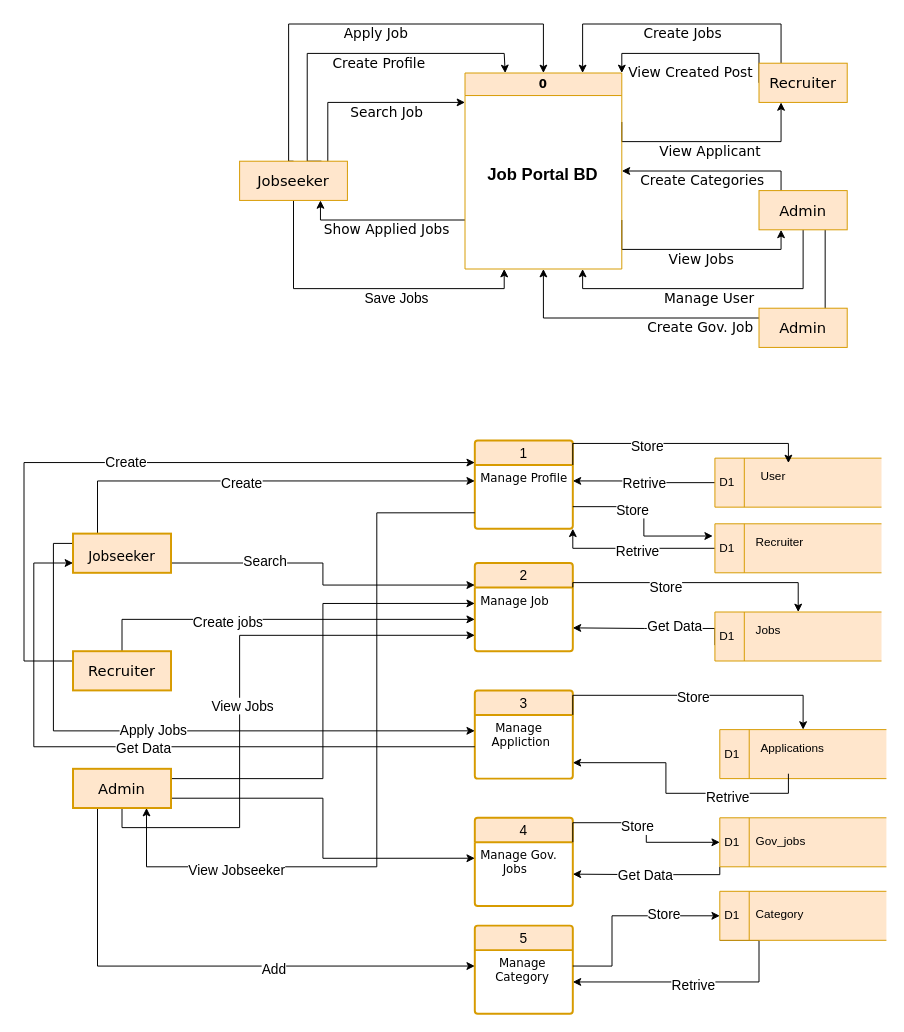
Before: page "Page-1" (1 of 10) of public/uploads/Untitled Diagram.drawio in musaddak7/jobportalbd, a draw.io diagram. Source tidied: cells renumbered, new cells numbered last; positions are measured from the earlier drawing's top-left corner, leaving out a move shared by most shapes. Both pictures are drawn from the tidied source at 98%, with x=0, y=0 at pixel (24, 24).
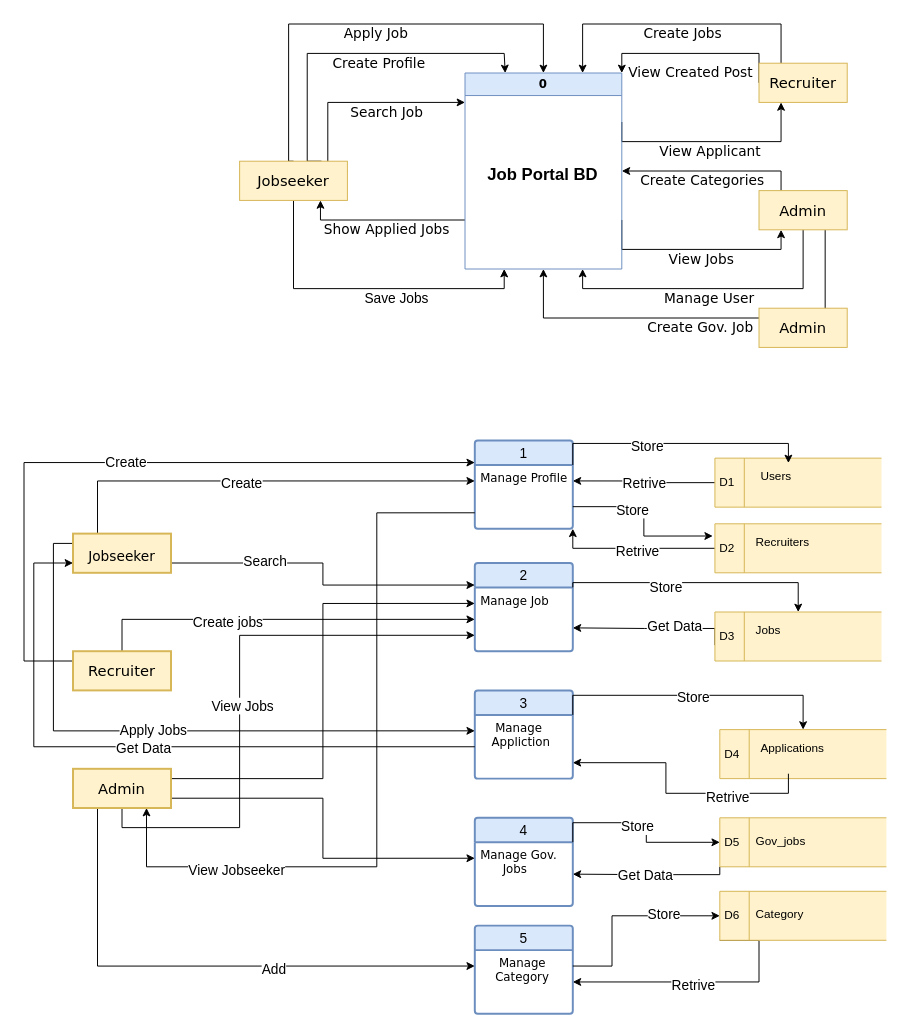
Above is the later version.

Change to the diagram source:
```diff
@@
-    <mxCell id="5" value="0" style="swimlane;whiteSpace=wrap;html=1;fontFamily=Verdana;fillColor=#ffe6cc;strokeColor=#d79b00;" parent="1" vertex="1">
+    <mxCell id="5" value="0" style="swimlane;whiteSpace=wrap;html=1;fontFamily=Verdana;fillColor=#dae8fc;strokeColor=#6c8ebf;" parent="1" vertex="1">
       <mxGeometry x="450" y="50" width="160" height="200" as="geometry" />
     </mxCell>
@@
-    <mxCell id="11" value="&lt;font face=&quot;Verdana&quot; style=&quot;font-size: 15px;&quot;&gt;Jobseeker&lt;/font&gt;" style="rounded=0;whiteSpace=wrap;html=1;fillColor=#ffe6cc;strokeColor=#d79b00;" parent="1" vertex="1">
+    <mxCell id="11" value="&lt;font face=&quot;Verdana&quot; style=&quot;font-size: 15px;&quot;&gt;Jobseeker&lt;/font&gt;" style="rounded=0;whiteSpace=wrap;html=1;fillColor=#fff2cc;strokeColor=#d6b656;" parent="1" vertex="1">
       <mxGeometry x="220" y="140" width="110" height="40" as="geometry" />
     </mxCell>
@@
-    <mxCell id="14" value="&lt;font face=&quot;Verdana&quot; style=&quot;font-size: 15px;&quot;&gt;Recruiter&lt;/font&gt;" style="rounded=0;whiteSpace=wrap;html=1;fillColor=#ffe6cc;strokeColor=#d79b00;" parent="1" vertex="1">
+    <mxCell id="14" value="&lt;font face=&quot;Verdana&quot; style=&quot;font-size: 15px;&quot;&gt;Recruiter&lt;/font&gt;" style="rounded=0;whiteSpace=wrap;html=1;fillColor=#fff2cc;strokeColor=#d6b656;" parent="1" vertex="1">
       <mxGeometry x="750" y="40" width="90" height="40" as="geometry" />
     </mxCell>
@@
-    <mxCell id="18" value="&lt;font style=&quot;font-size: 15px;&quot; face=&quot;Verdana&quot;&gt;Admin&lt;/font&gt;" style="rounded=0;whiteSpace=wrap;html=1;fillColor=#ffe6cc;strokeColor=#d79b00;" parent="1" vertex="1">
+    <mxCell id="18" value="&lt;font style=&quot;font-size: 15px;&quot; face=&quot;Verdana&quot;&gt;Admin&lt;/font&gt;" style="rounded=0;whiteSpace=wrap;html=1;fillColor=#fff2cc;strokeColor=#d6b656;" parent="1" vertex="1">
       <mxGeometry x="750" y="170" width="90" height="40" as="geometry" />
     </mxCell>
-    <mxCell id="19" value="1" style="swimlane;horizontal=1;startSize=25;rounded=1;fontSize=14;fontStyle=0;strokeWidth=2;shadow=0;dashed=0;align=center;arcSize=4;whiteSpace=wrap;html=1;fillColor=#ffe6cc;strokeColor=#d79b00;" parent="1" vertex="1">
+    <mxCell id="19" value="1" style="swimlane;horizontal=1;startSize=25;rounded=1;fontSize=14;fontStyle=0;strokeWidth=2;shadow=0;dashed=0;align=center;arcSize=4;whiteSpace=wrap;html=1;fillColor=#dae8fc;strokeColor=#6c8ebf;" parent="1" vertex="1">
       <mxGeometry x="460" y="425" width="100" height="90" as="geometry" />
     </mxCell>
@@
-    <mxCell id="21" value="2" style="swimlane;horizontal=1;startSize=25;rounded=1;fontSize=14;fontStyle=0;strokeWidth=2;shadow=0;dashed=0;align=center;arcSize=4;whiteSpace=wrap;html=1;fillColor=#ffe6cc;strokeColor=#d79b00;" parent="1" vertex="1">
+    <mxCell id="21" value="2" style="swimlane;horizontal=1;startSize=25;rounded=1;fontSize=14;fontStyle=0;strokeWidth=2;shadow=0;dashed=0;align=center;arcSize=4;whiteSpace=wrap;html=1;fillColor=#dae8fc;strokeColor=#6c8ebf;" parent="1" vertex="1">
       <mxGeometry x="460" y="550" width="100" height="90" as="geometry" />
     </mxCell>
@@
-    <mxCell id="23" value="3" style="swimlane;horizontal=1;startSize=25;rounded=1;fontSize=14;fontStyle=0;strokeWidth=2;shadow=0;dashed=0;align=center;arcSize=4;whiteSpace=wrap;html=1;fillColor=#ffe6cc;strokeColor=#d79b00;" parent="1" vertex="1">
+    <mxCell id="23" value="3" style="swimlane;horizontal=1;startSize=25;rounded=1;fontSize=14;fontStyle=0;strokeWidth=2;shadow=0;dashed=0;align=center;arcSize=4;whiteSpace=wrap;html=1;fillColor=#dae8fc;strokeColor=#6c8ebf;" parent="1" vertex="1">
       <mxGeometry x="460" y="680" width="100" height="90" as="geometry" />
     </mxCell>
@@
-    <mxCell id="25" value="4" style="swimlane;horizontal=1;startSize=25;rounded=1;fontSize=14;fontStyle=0;strokeWidth=2;shadow=0;dashed=0;align=center;arcSize=4;whiteSpace=wrap;html=1;fillColor=#ffe6cc;strokeColor=#d79b00;" parent="1" vertex="1">
+    <mxCell id="25" value="4" style="swimlane;horizontal=1;startSize=25;rounded=1;fontSize=14;fontStyle=0;strokeWidth=2;shadow=0;dashed=0;align=center;arcSize=4;whiteSpace=wrap;html=1;fillColor=#dae8fc;strokeColor=#6c8ebf;" parent="1" vertex="1">
       <mxGeometry x="460" y="810" width="100" height="90" as="geometry" />
     </mxCell>
@@
-    <mxCell id="33" value="&lt;font face=&quot;Verdana&quot; style=&quot;font-size: 14px;&quot;&gt;Jobseeker&lt;/font&gt;" style="whiteSpace=wrap;html=1;align=center;labelBackgroundColor=none;labelBorderColor=none;fontSize=14;spacing=20;spacingTop=6;strokeWidth=2;fillColor=#ffe6cc;strokeColor=#d79b00;" parent="1" vertex="1">
+    <mxCell id="33" value="&lt;font face=&quot;Verdana&quot; style=&quot;font-size: 14px;&quot;&gt;Jobseeker&lt;/font&gt;" style="whiteSpace=wrap;html=1;align=center;labelBackgroundColor=none;labelBorderColor=none;fontSize=14;spacing=20;spacingTop=6;strokeWidth=2;fillColor=#fff2cc;strokeColor=#d6b656;" parent="1" vertex="1">
       <mxGeometry x="50" y="520" width="100" height="40" as="geometry" />
     </mxCell>
@@
-    <mxCell id="37" value="&lt;font face=&quot;Verdana&quot; style=&quot;font-size: 15px;&quot;&gt;Recruiter&lt;/font&gt;" style="whiteSpace=wrap;html=1;align=center;strokeWidth=2;fillColor=#ffe6cc;strokeColor=#d79b00;" parent="1" vertex="1">
+    <mxCell id="37" value="&lt;font face=&quot;Verdana&quot; style=&quot;font-size: 15px;&quot;&gt;Recruiter&lt;/font&gt;" style="whiteSpace=wrap;html=1;align=center;strokeWidth=2;fillColor=#fff2cc;strokeColor=#d6b656;" parent="1" vertex="1">
       <mxGeometry x="50" y="640" width="100" height="40" as="geometry" />
     </mxCell>
-    <mxCell id="38" value="&lt;font style=&quot;font-size: 15px;&quot; face=&quot;Verdana&quot;&gt;Admin&lt;/font&gt;" style="rounded=0;whiteSpace=wrap;html=1;fillColor=#ffe6cc;strokeColor=#d79b00;" parent="1" vertex="1">
+    <mxCell id="38" value="&lt;font style=&quot;font-size: 15px;&quot; face=&quot;Verdana&quot;&gt;Admin&lt;/font&gt;" style="rounded=0;whiteSpace=wrap;html=1;fillColor=#fff2cc;strokeColor=#d6b656;" parent="1" vertex="1">
       <mxGeometry x="750" y="290" width="90" height="40" as="geometry" />
     </mxCell>
@@
-    <mxCell id="45" value="&lt;font style=&quot;font-size: 15px;&quot; face=&quot;Verdana&quot;&gt;Admin&lt;/font&gt;" style="whiteSpace=wrap;html=1;align=center;strokeWidth=2;fillColor=#ffe6cc;strokeColor=#d79b00;" parent="1" vertex="1">
+    <mxCell id="45" value="&lt;font style=&quot;font-size: 15px;&quot; face=&quot;Verdana&quot;&gt;Admin&lt;/font&gt;" style="whiteSpace=wrap;html=1;align=center;strokeWidth=2;fillColor=#fff2cc;strokeColor=#d6b656;" parent="1" vertex="1">
       <mxGeometry x="50" y="760" width="100" height="40" as="geometry" />
     </mxCell>
@@
-    <mxCell id="48" value="D1" style="html=1;dashed=0;whiteSpace=wrap;shape=mxgraph.dfd.dataStoreID;align=left;spacingLeft=3;points=[[0,0],[0.5,0],[1,0],[0,0.5],[1,0.5],[0,1],[0.5,1],[1,1]];fillColor=#ffe6cc;strokeColor=#d79b00;" parent="1" vertex="1">
+    <mxCell id="48" value="D1" style="html=1;dashed=0;whiteSpace=wrap;shape=mxgraph.dfd.dataStoreID;align=left;spacingLeft=3;points=[[0,0],[0.5,0],[1,0],[0,0.5],[1,0.5],[0,1],[0.5,1],[1,1]];fillColor=#fff2cc;strokeColor=#d6b656;" parent="1" vertex="1">
       <mxGeometry x="705" y="443" width="170" height="50" as="geometry" />
     </mxCell>
-    <mxCell id="49" value="&lt;font style=&quot;font-size: 12px;&quot;&gt;User&lt;/font&gt;" style="text;whiteSpace=wrap;html=1;" parent="1" vertex="1">
+    <mxCell id="49" value="&lt;font style=&quot;font-size: 12px;&quot;&gt;Users&lt;/font&gt;" style="text;whiteSpace=wrap;html=1;" parent="1" vertex="1">
       <mxGeometry x="750" y="448" width="120" height="40" as="geometry" />
     </mxCell>
@@
-    <mxCell id="52" value="D1" style="html=1;dashed=0;whiteSpace=wrap;shape=mxgraph.dfd.dataStoreID;align=left;spacingLeft=3;points=[[0,0],[0.5,0],[1,0],[0,0.5],[1,0.5],[0,1],[0.5,1],[1,1]];fillColor=#ffe6cc;strokeColor=#d79b00;" parent="1" vertex="1">
+    <mxCell id="52" value="D2" style="html=1;dashed=0;whiteSpace=wrap;shape=mxgraph.dfd.dataStoreID;align=left;spacingLeft=3;points=[[0,0],[0.5,0],[1,0],[0,0.5],[1,0.5],[0,1],[0.5,1],[1,1]];fillColor=#fff2cc;strokeColor=#d6b656;" parent="1" vertex="1">
       <mxGeometry x="705" y="510" width="170" height="50" as="geometry" />
     </mxCell>
-    <mxCell id="53" value="&lt;font style=&quot;font-size: 12px;&quot;&gt;Recruiter&lt;/font&gt;" style="text;whiteSpace=wrap;html=1;" parent="1" vertex="1">
+    <mxCell id="53" value="&lt;font style=&quot;font-size: 12px;&quot;&gt;Recruiters&lt;/font&gt;" style="text;whiteSpace=wrap;html=1;" parent="1" vertex="1">
       <mxGeometry x="745" y="515" width="120" height="40" as="geometry" />
     </mxCell>
@@
-    <mxCell id="58" value="D1" style="html=1;dashed=0;whiteSpace=wrap;shape=mxgraph.dfd.dataStoreID;align=left;spacingLeft=3;points=[[0,0],[0.5,0],[1,0],[0,0.5],[1,0.5],[0,1],[0.5,1],[1,1]];fillColor=#ffe6cc;strokeColor=#d79b00;" parent="1" vertex="1">
+    <mxCell id="58" value="D3" style="html=1;dashed=0;whiteSpace=wrap;shape=mxgraph.dfd.dataStoreID;align=left;spacingLeft=3;points=[[0,0],[0.5,0],[1,0],[0,0.5],[1,0.5],[0,1],[0.5,1],[1,1]];fillColor=#fff2cc;strokeColor=#d6b656;" parent="1" vertex="1">
       <mxGeometry x="705" y="600" width="170" height="50" as="geometry" />
     </mxCell>
@@
-    <mxCell id="60" value="D1" style="html=1;dashed=0;whiteSpace=wrap;shape=mxgraph.dfd.dataStoreID;align=left;spacingLeft=3;points=[[0,0],[0.5,0],[1,0],[0,0.5],[1,0.5],[0,1],[0.5,1],[1,1]];fillColor=#ffe6cc;strokeColor=#d79b00;" parent="1" vertex="1">
+    <mxCell id="60" value="D4" style="html=1;dashed=0;whiteSpace=wrap;shape=mxgraph.dfd.dataStoreID;align=left;spacingLeft=3;points=[[0,0],[0.5,0],[1,0],[0,0.5],[1,0.5],[0,1],[0.5,1],[1,1]];fillColor=#fff2cc;strokeColor=#d6b656;" parent="1" vertex="1">
       <mxGeometry x="710" y="720" width="170" height="50" as="geometry" />
     </mxCell>
@@
-    <mxCell id="72" value="5" style="swimlane;horizontal=1;startSize=25;rounded=1;fontSize=14;fontStyle=0;strokeWidth=2;shadow=0;dashed=0;align=center;arcSize=4;whiteSpace=wrap;html=1;fillColor=#ffe6cc;strokeColor=#d79b00;" parent="1" vertex="1">
+    <mxCell id="72" value="5" style="swimlane;horizontal=1;startSize=25;rounded=1;fontSize=14;fontStyle=0;strokeWidth=2;shadow=0;dashed=0;align=center;arcSize=4;whiteSpace=wrap;html=1;fillColor=#dae8fc;strokeColor=#6c8ebf;" parent="1" vertex="1">
       <mxGeometry x="460" y="920" width="100" height="90" as="geometry" />
     </mxCell>
@@
-    <mxCell id="76" value="D1" style="html=1;dashed=0;whiteSpace=wrap;shape=mxgraph.dfd.dataStoreID;align=left;spacingLeft=3;points=[[0,0],[0.5,0],[1,0],[0,0.5],[1,0.5],[0,1],[0.5,1],[1,1]];fillColor=#ffe6cc;strokeColor=#d79b00;" parent="1" vertex="1">
+    <mxCell id="76" value="D6" style="html=1;dashed=0;whiteSpace=wrap;shape=mxgraph.dfd.dataStoreID;align=left;spacingLeft=3;points=[[0,0],[0.5,0],[1,0],[0,0.5],[1,0.5],[0,1],[0.5,1],[1,1]];fillColor=#fff2cc;strokeColor=#d6b656;" parent="1" vertex="1">
       <mxGeometry x="710" y="885" width="170" height="50" as="geometry" />
     </mxCell>
@@
-    <mxCell id="83" value="D1" style="html=1;dashed=0;whiteSpace=wrap;shape=mxgraph.dfd.dataStoreID;align=left;spacingLeft=3;points=[[0,0],[0.5,0],[1,0],[0,0.5],[1,0.5],[0,1],[0.5,1],[1,1]];fillColor=#ffe6cc;strokeColor=#d79b00;" parent="1" vertex="1">
+    <mxCell id="83" value="D5" style="html=1;dashed=0;whiteSpace=wrap;shape=mxgraph.dfd.dataStoreID;align=left;spacingLeft=3;points=[[0,0],[0.5,0],[1,0],[0,0.5],[1,0.5],[0,1],[0.5,1],[1,1]];fillColor=#fff2cc;strokeColor=#d6b656;" parent="1" vertex="1">
       <mxGeometry x="710" y="810" width="170" height="50" as="geometry" />
     </mxCell>
```
